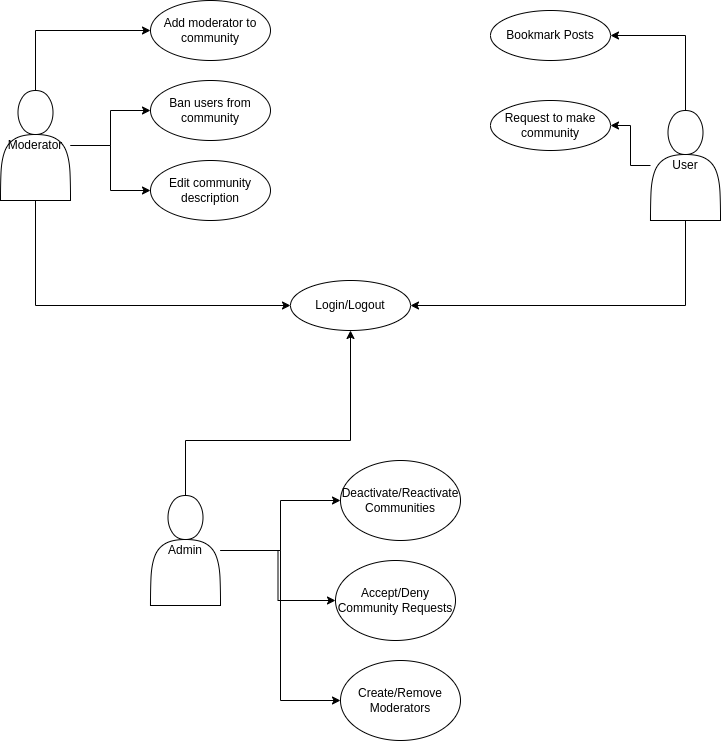
Before: ProjectProposal.png, a diagram exported from draw.io (lcroberts/Hooplaza). Source tidied: cells renumbered, new cells last; positions are measured from the earlier drawing's top-left corner, leaving out a move shared by most shapes.
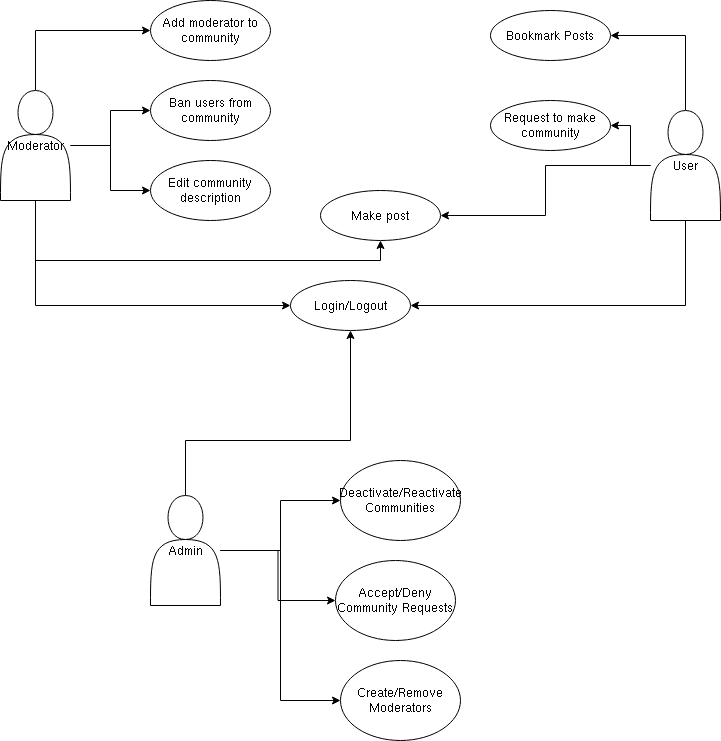
The same diagram one commit later.

The edit, as a diff of the source:
```diff
@@ -22,6 +22,14 @@
     <mxCell id="5" style="edgeStyle=orthogonalEdgeStyle;rounded=0;jettySize=auto;html=1;entryX=0;entryY=0.5;entryDx=0;entryDy=0;" parent="1" edge="1" source="6" target="24">
       <mxGeometry relative="1" as="geometry" />
     </mxCell>
+    <mxCell id="25" style="edgeStyle=orthogonalEdgeStyle;rounded=0;jettySize=auto;html=1;entryX=0.5;entryY=1;entryDx=0;entryDy=0;" parent="1" edge="1" source="6" target="27">
+      <mxGeometry relative="1" as="geometry">
+        <Array as="points">
+          <mxPoint x="35" y="260" />
+          <mxPoint x="380" y="260" />
+        </Array>
+      </mxGeometry>
+    </mxCell>
     <mxCell id="6" value="Moderator" style="shape=actor;whiteSpace=wrap;html=1;" parent="1" vertex="1">
       <mxGeometry y="90" width="70" height="110" as="geometry" />
     </mxCell>
@@ -42,6 +50,9 @@
     <mxCell id="9" style="edgeStyle=orthogonalEdgeStyle;rounded=0;jettySize=auto;html=1;entryX=1;entryY=0.5;entryDx=0;entryDy=0;" parent="1" edge="1" source="10" target="21">
       <mxGeometry relative="1" as="geometry" />
     </mxCell>
+    <mxCell id="26" style="edgeStyle=orthogonalEdgeStyle;rounded=0;jettySize=auto;html=1;entryX=1;entryY=0.5;entryDx=0;entryDy=0;" parent="1" edge="1" source="10" target="27">
+      <mxGeometry relative="1" as="geometry" />
+    </mxCell>
     <mxCell id="10" value="User" style="shape=actor;whiteSpace=wrap;html=1;" parent="1" vertex="1">
       <mxGeometry x="650" y="110" width="70" height="110" as="geometry" />
     </mxCell>
@@ -92,5 +103,8 @@
     <mxCell id="24" value="Edit community description" style="ellipse;whiteSpace=wrap;html=1;" parent="1" vertex="1">
       <mxGeometry x="150" y="160" width="120" height="60" as="geometry" />
     </mxCell>
+    <mxCell id="27" value="Make post" style="ellipse;whiteSpace=wrap;html=1;" parent="1" vertex="1">
+      <mxGeometry x="320" y="190" width="120" height="50" as="geometry" />
+    </mxCell>
   </root>
 </mxGraphModel>
```
